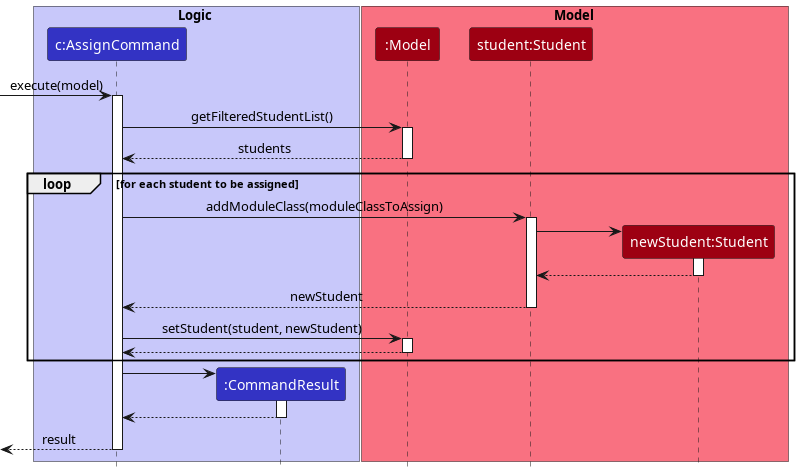
Earlier version of the PlantUML export docs/images/AssignCommandSequenceDiagram.png (nus-cs2103-AY2223S1/tp).
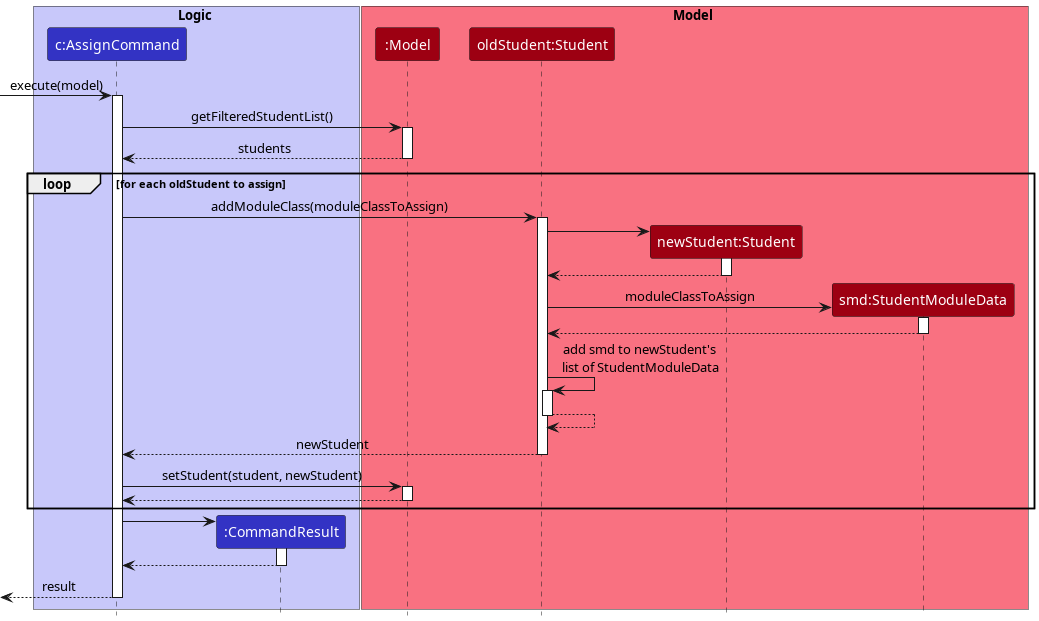
After the commit.

Commit message:
DG: fix sequence diagrams of grade, view, assign

What changed in the source:
```diff
@@ -8,8 +8,9 @@
 
 box Model MODEL_COLOR_T1
 participant ":Model" as Model MODEL_COLOR
-participant "student:Student" as Student MODEL_COLOR
+participant "oldStudent:Student" as Student MODEL_COLOR
 participant "newStudent:Student" as NewStudent MODEL_COLOR
+participant "smd:StudentModuleData" as SMD MODEL_COLOR
 end box
 
 [-> AssignCommand: execute(model)
@@ -20,7 +21,7 @@
 Model --> AssignCommand: students
 deactivate Model
 
-loop for each student to be assigned
+loop for each oldStudent to assign
     AssignCommand -> Student: addModuleClass(moduleClassToAssign)
     activate Student
 
@@ -30,6 +31,17 @@
 
     NewStudent --> Student
     deactivate NewStudent
+
+    create SMD
+    Student -> SMD: moduleClassToAssign
+    activate SMD
+    SMD --> Student
+    deactivate SMD
+
+    Student -> Student :add smd to newStudent's\n list of StudentModuleData
+    activate Student
+    Student --> Student
+    deactivate Student
 
     Student --> AssignCommand: newStudent
     deactivate Student
```
